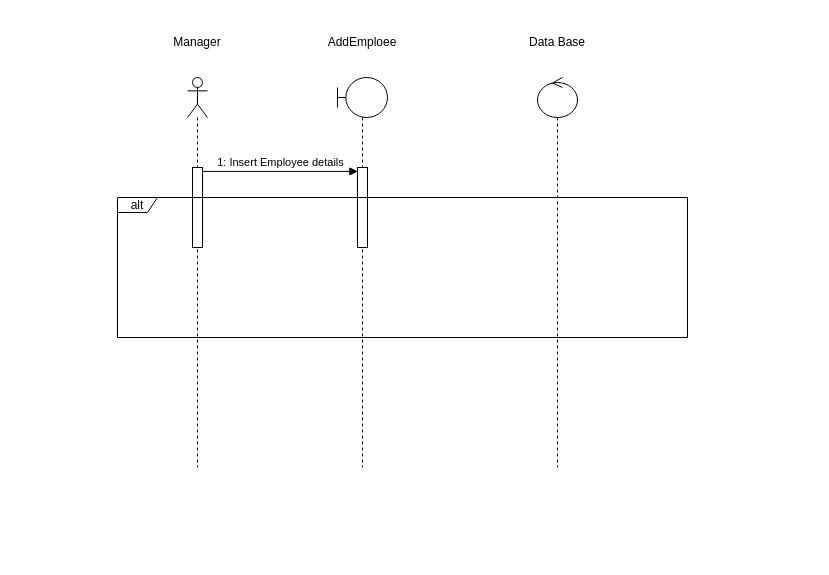
Before: page "Page-2" (2 of 2) of diagram/main/Sequence/RegisterEmplyoo.drawio in bosshentai/tccCode, a draw.io diagram. Source tidied: cells renumbered, new cells numbered last; positions are measured from the earlier drawing's top-left corner, leaving out a move shared by most shapes. Both pictures are drawn from the tidied source at 100%, with x=0, y=0 at pixel (117, 27).
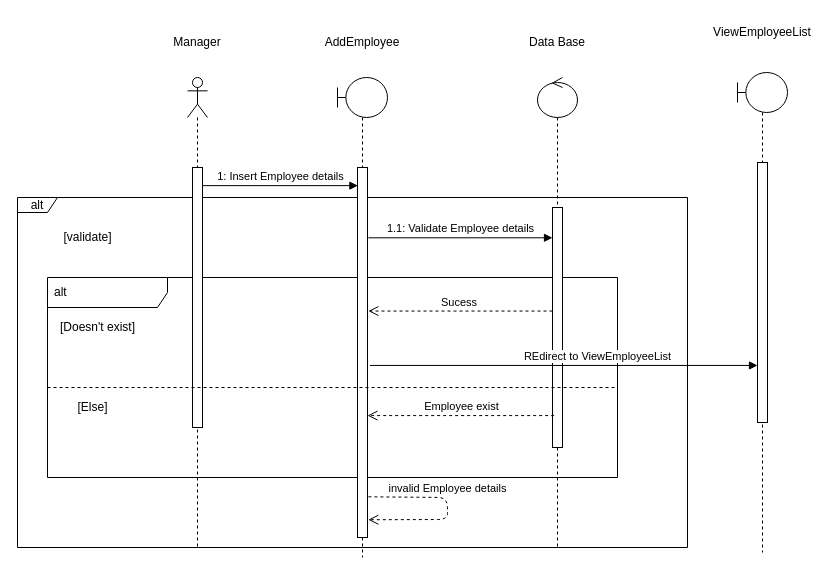
The same page after the edit.

Commit message (it also covers changes not shown here):
the RegisiterEmployee had been done need some adjust

Diff of the diagram source:
```diff
@@
+    <mxCell id="11" value="alt" style="shape=umlFrame;whiteSpace=wrap;html=1;width=40;height=15;" parent="1" vertex="1">
+      <mxGeometry x="-100" y="170" width="670" height="350" as="geometry" />
+    </mxCell>
+    <mxCell id="12" value="alt" style="shape=umlFrame;whiteSpace=wrap;html=1;width=120;height=30;boundedLbl=1;verticalAlign=middle;align=left;spacingLeft=5;" parent="1" vertex="1">
+      <mxGeometry x="-70" y="250" width="570" height="200" as="geometry" />
+    </mxCell>
     <mxCell id="2" style="shape=umlLifeline;participant=umlActor;perimeter=lifelinePerimeter;whiteSpace=wrap;html=1;verticalAlign=top;spacingTop=36;" parent="1" vertex="1">
-      <mxGeometry x="70" y="50" width="20" height="390" as="geometry" />
+      <mxGeometry x="70" y="50" width="20" height="470" as="geometry" />
     </mxCell>
     <mxCell id="3" style="html=1;points=[];perimeter=orthogonalPerimeter;" parent="2" vertex="1">
-      <mxGeometry x="5" y="90" width="10" height="80" as="geometry" />
+      <mxGeometry x="5" y="90" width="10" height="260" as="geometry" />
     </mxCell>
@@
     <mxCell id="5" style="shape=umlLifeline;participant=umlBoundary;perimeter=lifelinePerimeter;whiteSpace=wrap;html=1;verticalAlign=top;spacingTop=36;" parent="1" vertex="1">
-      <mxGeometry x="220" y="50" width="50" height="390" as="geometry" />
+      <mxGeometry x="220" y="50" width="50" height="480" as="geometry" />
     </mxCell>
     <mxCell id="6" style="html=1;points=[];perimeter=orthogonalPerimeter;" parent="5" vertex="1">
-      <mxGeometry x="20" y="90" width="10" height="80" as="geometry" />
+      <mxGeometry x="20" y="90" width="10" height="370" as="geometry" />
     </mxCell>
+    <mxCell id="13" value="invalid Employee details" style="html=1;verticalAlign=bottom;endArrow=open;dashed=1;endSize=8;entryX=1.075;entryY=0.952;entryDx=0;entryDy=0;entryPerimeter=0;exitX=1.092;exitY=0.89;exitDx=0;exitDy=0;exitPerimeter=0;" parent="5" edge="1" source="6" target="6">
+      <mxGeometry x="-0.12" relative="1" as="geometry">
+        <Array as="points">
+          <mxPoint x="110" y="420" />
+          <mxPoint x="110" y="442" />
+        </Array>
+      </mxGeometry>
+    </mxCell>
-    <mxCell id="7" value="AddEmploee" style="text;html=1;strokeColor=none;fillColor=none;align=center;verticalAlign=middle;whiteSpace=wrap;rounded=0;" parent="1" vertex="1">
+    <mxCell id="7" value="AddEmployee" style="text;html=1;strokeColor=none;fillColor=none;align=center;verticalAlign=middle;whiteSpace=wrap;rounded=0;" parent="1" vertex="1">
       <mxGeometry x="205" width="80" height="30" as="geometry" />
     </mxCell>
     <mxCell id="8" style="shape=umlLifeline;participant=umlControl;perimeter=lifelinePerimeter;whiteSpace=wrap;html=1;verticalAlign=top;spacingTop=36;" parent="1" vertex="1">
-      <mxGeometry x="420" y="50" width="40" height="390" as="geometry" />
+      <mxGeometry x="420" y="50" width="40" height="470" as="geometry" />
     </mxCell>
@@
-    <mxCell id="11" value="alt" style="shape=umlFrame;whiteSpace=wrap;html=1;width=40;height=15;" parent="1" vertex="1">
-      <mxGeometry y="170" width="570" height="140" as="geometry" />
-    </mxCell>
+    <mxCell id="14" value="[validate]" style="text;html=1;align=center;verticalAlign=middle;strokeColor=none;fillColor=none;" parent="1" vertex="1">
+      <mxGeometry x="-60" y="200" width="60" height="20" as="geometry" />
+    </mxCell>
+    <mxCell id="15" style="html=1;points=[];perimeter=orthogonalPerimeter;" parent="1" vertex="1">
+      <mxGeometry x="435" y="180" width="10" height="240" as="geometry" />
+    </mxCell>
+    <mxCell id="16" value="1.1: Validate Employee details" style="html=1;verticalAlign=bottom;endArrow=block;exitX=1.084;exitY=0.19;exitDx=0;exitDy=0;exitPerimeter=0;" parent="1" edge="1" source="6" target="15">
+      <mxGeometry relative="1" as="geometry" />
+    </mxCell>
+    <mxCell id="17" value="[Doesn't exist]" style="text;html=1;align=center;verticalAlign=middle;strokeColor=none;fillColor=none;" parent="1" vertex="1">
+      <mxGeometry x="-65" y="290" width="90" height="20" as="geometry" />
+    </mxCell>
+    <mxCell id="18" value="Sucess&amp;nbsp;" style="html=1;verticalAlign=bottom;endArrow=open;dashed=1;endSize=8;entryX=1.084;entryY=0.388;entryDx=0;entryDy=0;entryPerimeter=0;" parent="1" edge="1" source="15" target="6">
+      <mxGeometry relative="1" as="geometry" />
+    </mxCell>
+    <mxCell id="19" style="shape=umlLifeline;participant=umlBoundary;perimeter=lifelinePerimeter;whiteSpace=wrap;html=1;verticalAlign=top;spacingTop=36;" parent="1" vertex="1">
+      <mxGeometry x="620" y="45" width="50" height="480" as="geometry" />
+    </mxCell>
+    <mxCell id="20" style="html=1;points=[];perimeter=orthogonalPerimeter;" parent="19" vertex="1">
+      <mxGeometry x="20" y="90" width="10" height="260" as="geometry" />
+    </mxCell>
+    <mxCell id="21" value="ViewEmployeeList" style="text;html=1;strokeColor=none;fillColor=none;align=center;verticalAlign=middle;whiteSpace=wrap;rounded=0;" parent="1" vertex="1">
+      <mxGeometry x="605" y="-10" width="80" height="30" as="geometry" />
+    </mxCell>
+    <mxCell id="22" value="REdirect to ViewEmployeeList" style="html=1;verticalAlign=bottom;endArrow=block;exitX=1.251;exitY=0.535;exitDx=0;exitDy=0;exitPerimeter=0;" parent="1" edge="1" source="6" target="20">
+      <mxGeometry x="0.17" relative="1" as="geometry" />
+    </mxCell>
+    <mxCell id="23" style="endArrow=none;dashed=1;html=1;" parent="1" edge="1">
+      <mxGeometry relative="1" as="geometry">
+        <mxPoint x="-70" y="360" as="sourcePoint" />
+        <mxPoint x="500" y="360" as="targetPoint" />
+      </mxGeometry>
+    </mxCell>
+    <mxCell id="24" value="[Else]" style="text;html=1;align=center;verticalAlign=middle;strokeColor=none;fillColor=none;" parent="1" vertex="1">
+      <mxGeometry x="-50" y="370" width="50" height="20" as="geometry" />
+    </mxCell>
+    <mxCell id="25" value="Employee exist" style="html=1;verticalAlign=bottom;endArrow=open;dashed=1;endSize=8;exitX=0.167;exitY=0.867;exitDx=0;exitDy=0;exitPerimeter=0;" parent="1" edge="1" source="15" target="6">
+      <mxGeometry relative="1" as="geometry" />
+    </mxCell>
```
